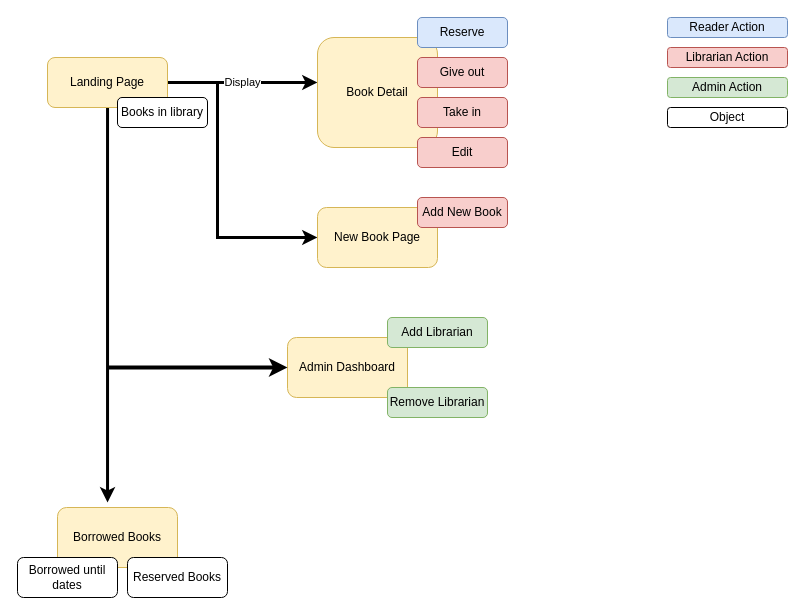
The draw.io diagram doc/Jibrarian-Navigation.drawio in Nesquiko/jibrarian, before the edit. Source tidied: cells renumbered, new cells numbered last; positions are measured from the earlier drawing's top-left corner, leaving out a move shared by most shapes. Both pictures are drawn from the tidied source at 100%, with x=0, y=0 at pixel (17, 17).
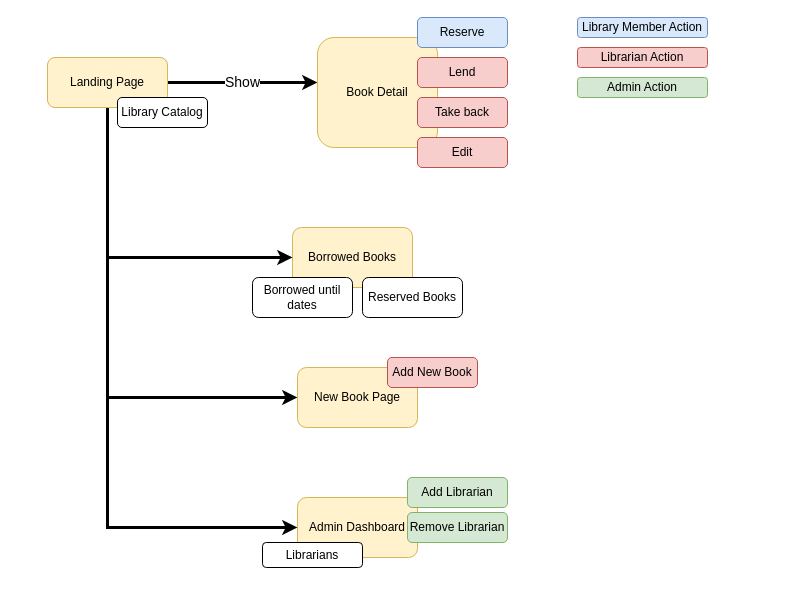
The same diagram, later.

The change refers to these unchanged cells:
```xml
<mxCell id="5" value="Landing Page" style="rounded=1;whiteSpace=wrap;html=1;fillColor=#fff2cc;strokeColor=#d6b656;" parent="1" vertex="1">
  <mxGeometry x="30" y="40" width="120" height="50" as="geometry" />
</mxCell>
<mxCell id="7" value="Book Detail" style="rounded=1;whiteSpace=wrap;html=1;fillColor=#fff2cc;strokeColor=#d6b656;" parent="1" vertex="1">
  <mxGeometry x="300" y="20" width="120" height="110" as="geometry" />
</mxCell>
```

Change to the diagram source:
```diff
@@
-    <mxCell id="2" value="Display" style="edgeStyle=orthogonalEdgeStyle;rounded=0;jettySize=auto;html=1;entryX=0;entryY=0.409;entryDx=0;entryDy=0;entryPerimeter=0;strokeWidth=3;" parent="1" edge="1" source="5" target="7">
+    <mxCell id="2" value="&lt;font style=&quot;font-size: 14px;&quot;&gt;Show&lt;/font&gt;" style="edgeStyle=orthogonalEdgeStyle;rounded=0;jettySize=auto;html=1;entryX=0;entryY=0.409;entryDx=0;entryDy=0;entryPerimeter=0;strokeWidth=3;" parent="1" edge="1" source="5" target="7">
       <mxGeometry relative="1" as="geometry">
         <Array as="points">
           <mxPoint x="240" y="65" />
           <mxPoint x="240" y="65" />
         </Array>
       </mxGeometry>
     </mxCell>
-    <mxCell id="3" style="edgeStyle=orthogonalEdgeStyle;rounded=0;jettySize=auto;html=1;strokeWidth=3;entryX=0.417;entryY=-0.083;entryDx=0;entryDy=0;entryPerimeter=0;" parent="1" edge="1" source="5" target="12">
-      <mxGeometry relative="1" as="geometry" />
-    </mxCell>
     <mxCell id="4" style="edgeStyle=orthogonalEdgeStyle;rounded=0;jettySize=auto;html=1;entryX=0;entryY=0.5;entryDx=0;entryDy=0;strokeWidth=3;" parent="1" edge="1" source="5" target="15">
       <mxGeometry relative="1" as="geometry">
         <Array as="points">
-          <mxPoint x="200" y="65" />
-          <mxPoint x="200" y="220" />
+          <mxPoint x="90" y="380" />
+          <mxPoint x="270" y="380" />
         </Array>
       </mxGeometry>
     </mxCell>
@@
-    <mxCell id="6" value="Books in library" style="rounded=1;whiteSpace=wrap;html=1;" parent="1" vertex="1">
+    <mxCell id="6" value="Library Catalog" style="rounded=1;whiteSpace=wrap;html=1;" parent="1" vertex="1">
       <mxGeometry x="100" y="80" width="90" height="30" as="geometry" />
     </mxCell>
@@
-    <mxCell id="9" value="Give out" style="rounded=1;whiteSpace=wrap;html=1;fillColor=#f8cecc;strokeColor=#b85450;" parent="1" vertex="1">
+    <mxCell id="9" value="Lend" style="rounded=1;whiteSpace=wrap;html=1;fillColor=#f8cecc;strokeColor=#b85450;" parent="1" vertex="1">
       <mxGeometry x="400" y="40" width="90" height="30" as="geometry" />
     </mxCell>
-    <mxCell id="10" value="Take in" style="rounded=1;whiteSpace=wrap;html=1;fillColor=#f8cecc;strokeColor=#b85450;" parent="1" vertex="1">
+    <mxCell id="10" value="Take back" style="rounded=1;whiteSpace=wrap;html=1;fillColor=#f8cecc;strokeColor=#b85450;" parent="1" vertex="1">
       <mxGeometry x="400" y="80" width="90" height="30" as="geometry" />
     </mxCell>
@@
     <mxCell id="12" value="Borrowed Books" style="rounded=1;whiteSpace=wrap;html=1;fillColor=#fff2cc;strokeColor=#d6b656;" parent="1" vertex="1">
-      <mxGeometry x="40" y="490" width="120" height="60" as="geometry" />
+      <mxGeometry x="275" y="210" width="120" height="60" as="geometry" />
     </mxCell>
     <mxCell id="13" value="Borrowed until&lt;br&gt;dates" style="rounded=1;whiteSpace=wrap;html=1;" parent="1" vertex="1">
-      <mxGeometry y="540" width="100" height="40" as="geometry" />
+      <mxGeometry x="235" y="260" width="100" height="40" as="geometry" />
     </mxCell>
     <mxCell id="14" value="Reserved Books" style="rounded=1;whiteSpace=wrap;html=1;" parent="1" vertex="1">
-      <mxGeometry x="110" y="540" width="100" height="40" as="geometry" />
+      <mxGeometry x="345" y="260" width="100" height="40" as="geometry" />
     </mxCell>
     <mxCell id="15" value="New Book Page" style="rounded=1;whiteSpace=wrap;html=1;fillColor=#fff2cc;strokeColor=#d6b656;" parent="1" vertex="1">
-      <mxGeometry x="300" y="190" width="120" height="60" as="geometry" />
+      <mxGeometry x="280" y="350" width="120" height="60" as="geometry" />
     </mxCell>
-    <mxCell id="16" value="Reader Action" style="rounded=1;whiteSpace=wrap;html=1;fillColor=#dae8fc;strokeColor=#6c8ebf;" parent="1" vertex="1">
-      <mxGeometry x="650" width="120" height="20" as="geometry" />
+    <mxCell id="16" value="Library Member Action" style="rounded=1;whiteSpace=wrap;html=1;fillColor=#dae8fc;strokeColor=#6c8ebf;" parent="1" vertex="1">
+      <mxGeometry x="560" width="130" height="20" as="geometry" />
     </mxCell>
     <mxCell id="17" value="Librarian Action" style="rounded=1;whiteSpace=wrap;html=1;fillColor=#f8cecc;strokeColor=#b85450;" parent="1" vertex="1">
-      <mxGeometry x="650" y="30" width="120" height="20" as="geometry" />
+      <mxGeometry x="560" y="30" width="130" height="20" as="geometry" />
     </mxCell>
     <mxCell id="18" value="Add New Book" style="rounded=1;whiteSpace=wrap;html=1;fillColor=#f8cecc;strokeColor=#b85450;" parent="1" vertex="1">
-      <mxGeometry x="400" y="180" width="90" height="30" as="geometry" />
+      <mxGeometry x="370" y="340" width="90" height="30" as="geometry" />
     </mxCell>
     <mxCell id="19" value="Admin Dashboard" style="rounded=1;whiteSpace=wrap;html=1;fillColor=#fff2cc;strokeColor=#d6b656;" parent="1" vertex="1">
-      <mxGeometry x="270" y="320" width="120" height="60" as="geometry" />
+      <mxGeometry x="280" y="480" width="120" height="60" as="geometry" />
     </mxCell>
     <mxCell id="20" value="Admin Action" style="rounded=1;whiteSpace=wrap;html=1;fillColor=#d5e8d4;strokeColor=#82b366;" parent="1" vertex="1">
-      <mxGeometry x="650" y="60" width="120" height="20" as="geometry" />
+      <mxGeometry x="560" y="60" width="130" height="20" as="geometry" />
     </mxCell>
     <mxCell id="21" value="Add Librarian" style="rounded=1;whiteSpace=wrap;html=1;fillColor=#d5e8d4;strokeColor=#82b366;" parent="1" vertex="1">
-      <mxGeometry x="370" y="300" width="100" height="30" as="geometry" />
+      <mxGeometry x="390" y="460" width="100" height="30" as="geometry" />
     </mxCell>
     <mxCell id="22" value="Remove Librarian" style="rounded=1;whiteSpace=wrap;html=1;fillColor=#d5e8d4;strokeColor=#82b366;" parent="1" vertex="1">
-      <mxGeometry x="370" y="370" width="100" height="30" as="geometry" />
+      <mxGeometry x="390" y="495" width="100" height="30" as="geometry" />
     </mxCell>
-    <mxCell id="23" value="Object" style="rounded=1;whiteSpace=wrap;html=1;" parent="1" vertex="1">
-      <mxGeometry x="650" y="90" width="120" height="20" as="geometry" />
-    </mxCell>
-    <mxCell id="24" style="endArrow=classic;html=1;rounded=0;entryX=0;entryY=0.5;entryDx=0;entryDy=0;strokeWidth=4;" parent="1" edge="1" target="19">
+    <mxCell id="24" style="endArrow=classic;html=1;rounded=0;strokeWidth=3;entryX=0;entryY=0.5;entryDx=0;entryDy=0;" parent="1" edge="1" target="19">
       <mxGeometry relative="1" as="geometry">
-        <mxPoint x="90" y="350" as="sourcePoint" />
+        <mxPoint x="90" y="380" as="sourcePoint" />
+        <Array as="points">
+          <mxPoint x="90" y="510" />
+        </Array>
       </mxGeometry>
     </mxCell>
+    <mxCell id="25" style="endArrow=classic;html=1;rounded=0;entryX=0;entryY=0.5;entryDx=0;entryDy=0;strokeWidth=3;" parent="1" edge="1" target="12">
+      <mxGeometry relative="1" as="geometry">
+        <mxPoint x="90" y="240" as="sourcePoint" />
+      </mxGeometry>
+    </mxCell>
+    <mxCell id="26" value="Librarians" style="rounded=1;whiteSpace=wrap;html=1;" parent="1" vertex="1">
+      <mxGeometry x="245" y="525" width="100" height="25" as="geometry" />
+    </mxCell>
```
